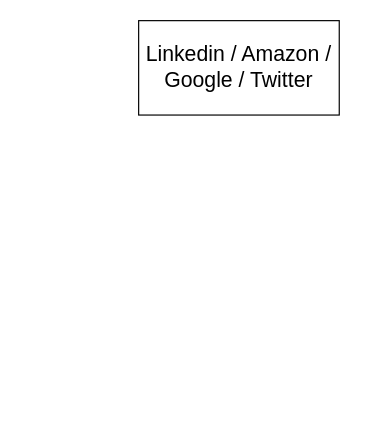
This is Shop App.drawio from mohamed96321/draw-io, a draw.io file, before an edit. Source tidied: cells renumbered, new cells numbered last; positions are measured from the earlier drawing's top-left corner, leaving out a move shared by most shapes. Both pictures are drawn from the tidied source at 118%, with x=0, y=0 at pixel (138, 20).
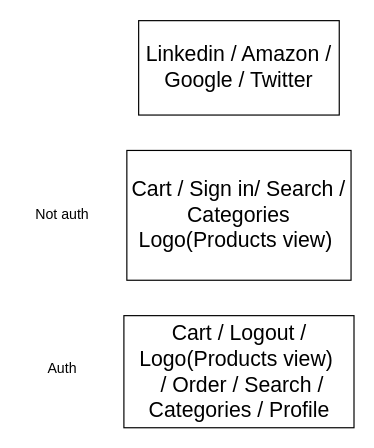
The same diagram, later.

The edit, as a diff of the source:
```diff
@@
 <mxGraphModel>
   <root>
     <mxCell id="0" />
     <mxCell id="1" parent="0" />
     <mxCell id="2" value="&lt;font style=&quot;font-size: 18px;&quot;&gt;Linkedin / Amazon / Google / Twitter&lt;/font&gt;" style="whiteSpace=wrap;html=1;" parent="1" vertex="1">
       <mxGeometry width="170" height="80" as="geometry" />
     </mxCell>
+    <mxCell id="3" value="&lt;font style=&quot;font-size: 18px;&quot;&gt;Cart / Sign in/ Search / Categories Logo(Products view)&amp;nbsp;&lt;/font&gt;" style="whiteSpace=wrap;html=1;" parent="1" vertex="1">
+      <mxGeometry x="-10" y="110" width="190" height="110" as="geometry" />
+    </mxCell>
+    <mxCell id="4" value="Not auth" style="text;html=1;align=center;verticalAlign=middle;strokeColor=none;fillColor=none;" parent="1" vertex="1">
+      <mxGeometry x="-100" y="150" width="70" height="30" as="geometry" />
+    </mxCell>
+    <mxCell id="5" value="&lt;font style=&quot;font-size: 18px;&quot;&gt;Cart / Logout / Logo(Products view)&amp;nbsp;&lt;br&gt;&amp;nbsp;/ Order / Search / Categories / Profile&lt;/font&gt;" style="whiteSpace=wrap;html=1;" parent="1" vertex="1">
+      <mxGeometry x="-12.5" y="250" width="195" height="95" as="geometry" />
+    </mxCell>
+    <mxCell id="6" value="Auth" style="text;html=1;align=center;verticalAlign=middle;strokeColor=none;fillColor=none;" parent="1" vertex="1">
+      <mxGeometry x="-90" y="280" width="50" height="30" as="geometry" />
+    </mxCell>
   </root>
 </mxGraphModel>
```
